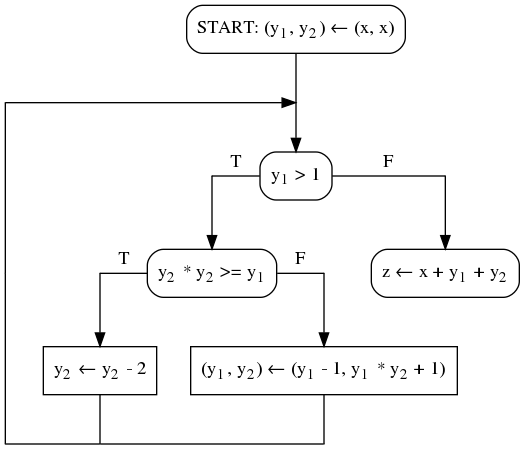
kornevgen/mfsp keeps this Graphviz diagram as exercises/x3_fig1.png. Above is the earlier version. Its source is kept beside it as exercises/x3_fig1.dot. Source of this version:
```dot
digraph G{
/* nodes by levels */
node[shape=rectangle];
START[style=rounded, label=<START: (y<sub>1</sub>, y<sub>2</sub>) &larr; (x, x)>];
TEST1[style=rounded, label=<y<sub>1</sub> &gt; 1>];
TEST2[style=rounded, label=<y<sub>2</sub> * y<sub>2</sub> &gt;= y<sub>1</sub>>];
ASSIGN1[label=<(y<sub>1</sub>, y<sub>2</sub>) &larr; (y<sub>1</sub> - 1, y<sub>1</sub> * y<sub>2</sub> + 1)>];
ASSIGN2[label=<y<sub>2</sub> &larr; y<sub>2</sub> - 2>];
HALT[style=rounded, label=<z &larr; x + y<sub>1</sub> + y<sub>2</sub>>];

/* edges */
node [shape=point, width=0];
START -> p2 [weight=8, arrowhead=none]; p2 -> TEST1 [weight=8];
{rank = same; p1 -> p2; }
p1 -> p10 [weight=8, arrowhead=none];
{rank = same; p3 -> TEST1 [label="T", arrowhead=none]; TEST1 -> p4 [label="F", arrowhead=none]; }
p3 -> TEST2 [weight=8];
p4 -> HALT [weight=8];

p10 -> p5 [weight=8, style="invis"];
p5 -> TEST2 [label="T", arrowhead=none];
TEST2 -> p6 [label="F", arrowhead=none];
p6 -> HALT [weight=8, style="invis"];
{rank = same; p10; p5; TEST2; p6; HALT; }
p5 -> ASSIGN2 [weight=12];
p6 -> ASSIGN1 [weight=8];
p10 -> p7 [weight=10, arrowhead=none];
{rank=same; ASSIGN2; ASSIGN1; }
ASSIGN2 -> p8 [weight=8, arrowhead=none];
ASSIGN1 -> p9 [weight=8, arrowhead=none];
{ rank=same; p7 -> p8 [arrowhead=none]; p8 -> p9 [arrowhead=none]; }
}
```
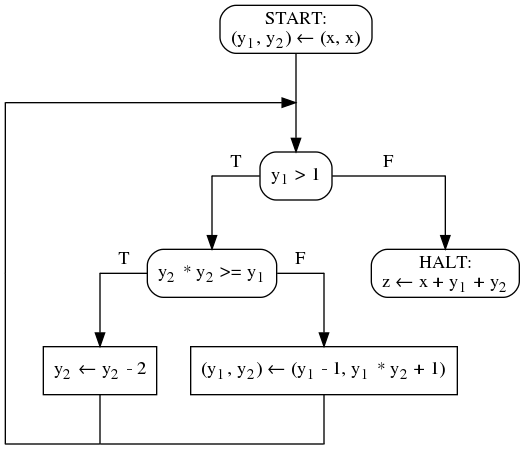
After the commit.

Commit message:
START and HALT operators was fixed in exercises.

Change to the diagram source:
```diff
@@ -1,12 +1,12 @@
 digraph G{
 /* nodes by levels */
 node[shape=rectangle];
-START[style=rounded, label=<START: (y<sub>1</sub>, y<sub>2</sub>) &larr; (x, x)>];
+START[style=rounded, label=<START:<br/>(y<sub>1</sub>, y<sub>2</sub>) &larr; (x, x)>];
 TEST1[style=rounded, label=<y<sub>1</sub> &gt; 1>];
 TEST2[style=rounded, label=<y<sub>2</sub> * y<sub>2</sub> &gt;= y<sub>1</sub>>];
 ASSIGN1[label=<(y<sub>1</sub>, y<sub>2</sub>) &larr; (y<sub>1</sub> - 1, y<sub>1</sub> * y<sub>2</sub> + 1)>];
 ASSIGN2[label=<y<sub>2</sub> &larr; y<sub>2</sub> - 2>];
-HALT[style=rounded, label=<z &larr; x + y<sub>1</sub> + y<sub>2</sub>>];
+HALT[style=rounded, label=<HALT:<br/>z &larr; x + y<sub>1</sub> + y<sub>2</sub>>];
 
 /* edges */
 node [shape=point, width=0];
```
